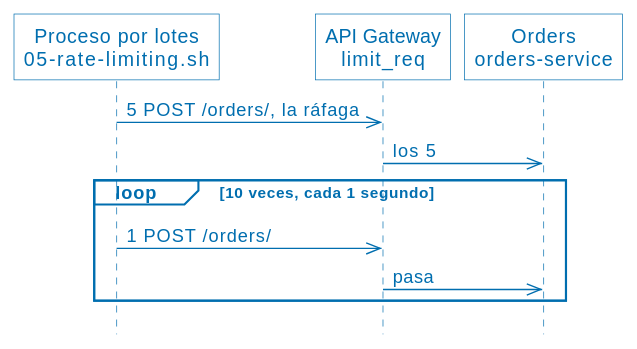
Earlier version of the PlantUML export assets/05-rate-limiting-con.svg (ucudal/ANDIS2_UT4_DEMO1).
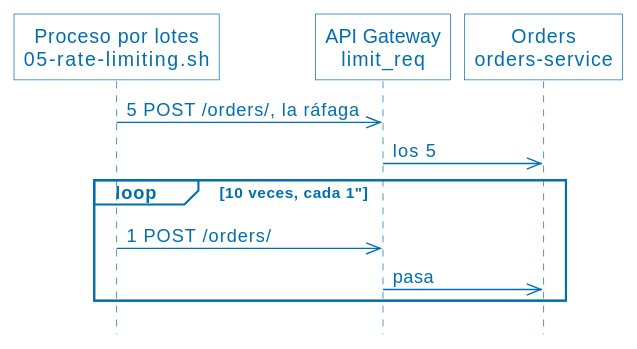
Later version of the same file.

Diff of the diagram source:
```diff
@@ -8,7 +8,7 @@
 
 L ->> GW : 5 POST /orders/, la ráfaga
 GW ->> O : los 5
-loop 10 veces, cada 1 segundo
+loop 10 veces, cada 1"
   L ->> GW : 1 POST /orders/
   GW ->> O : pasa
 end
```
